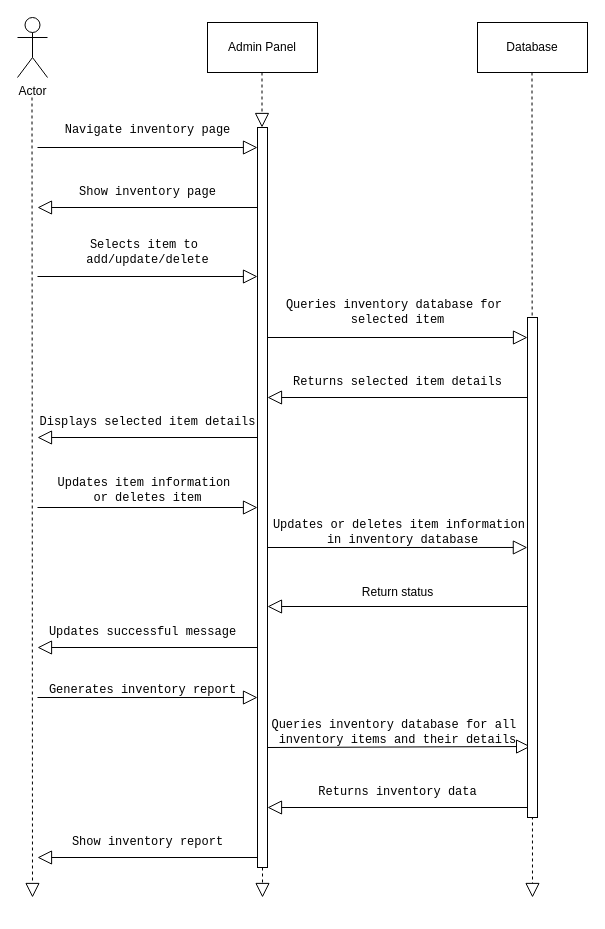
CodeSithum/sequencediagram keeps this draw.io diagram as inventary diagram.drawio. Above is the earlier version. Source tidied: cells renumbered, new cells numbered last; positions are measured from the earlier drawing's top-left corner, leaving out a move shared by most shapes. Both pictures are drawn from the tidied source at 100%, with x=0, y=0 at pixel (17, 17).
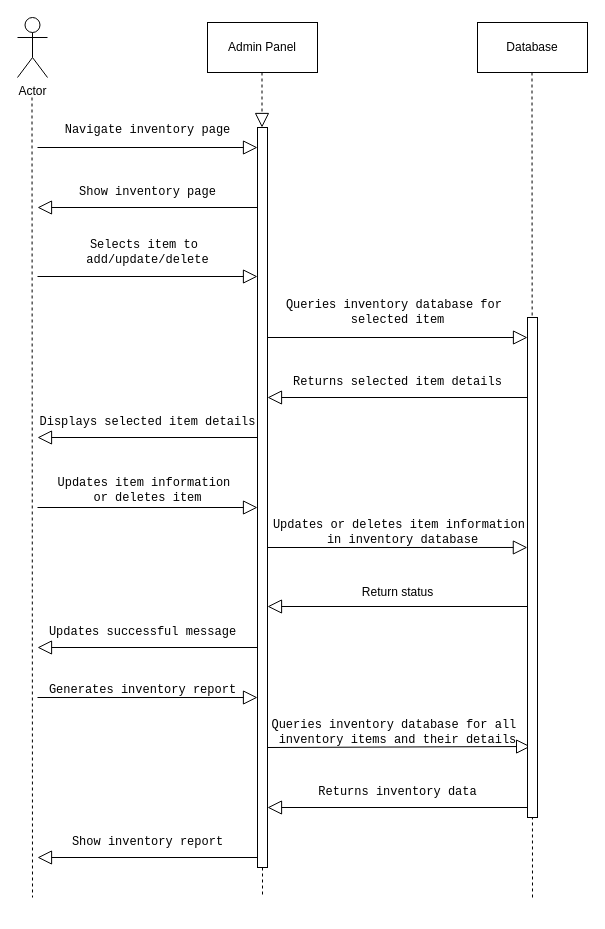
After the change.

The change refers to these unchanged cells:
```xml
<mxCell id="37" style="html=1;points=[];perimeter=orthogonalPerimeter;outlineConnect=0;targetShapes=umlLifeline;portConstraint=eastwest;newEdgeStyle={&quot;edgeStyle&quot;:&quot;elbowEdgeStyle&quot;,&quot;elbow&quot;:&quot;vertical&quot;,&quot;curved&quot;:0,&quot;rounded&quot;:0};" parent="1" vertex="1">
  <mxGeometry x="240" y="110" width="10" height="740" as="geometry" />
</mxCell>
```

Change to the diagram source:
```diff
@@
-    <mxCell id="5" style="endArrow=block;dashed=1;endFill=0;endSize=12;html=1;rounded=0;" parent="1" edge="1">
+    <mxCell id="5" style="endArrow=none;dashed=1;endFill=0;endSize=12;html=1;rounded=0;" parent="1" edge="1">
       <mxGeometry relative="1" as="geometry">
         <mxPoint x="14.5" y="80" as="sourcePoint" />
         <mxPoint x="15" y="880" as="targetPoint" />
       </mxGeometry>
     </mxCell>
-    <mxCell id="6" style="endArrow=block;dashed=1;endFill=0;endSize=12;html=1;rounded=0;" parent="1" edge="1" source="37">
+    <mxCell id="6" style="endArrow=none;dashed=1;endFill=0;endSize=12;html=1;rounded=0;" parent="1" edge="1" source="37">
       <mxGeometry relative="1" as="geometry">
         <mxPoint x="245" y="880" as="targetPoint" />
       </mxGeometry>
     </mxCell>
-    <mxCell id="7" style="endArrow=block;dashed=1;endFill=0;endSize=12;html=1;rounded=0;" parent="1" edge="1">
+    <mxCell id="7" style="endArrow=none;dashed=1;endFill=0;endSize=12;html=1;rounded=0;" parent="1" edge="1">
       <mxGeometry relative="1" as="geometry">
         <mxPoint x="514.5" y="55" as="sourcePoint" />
         <mxPoint x="515" y="880" as="targetPoint" />
       </mxGeometry>
     </mxCell>
```
